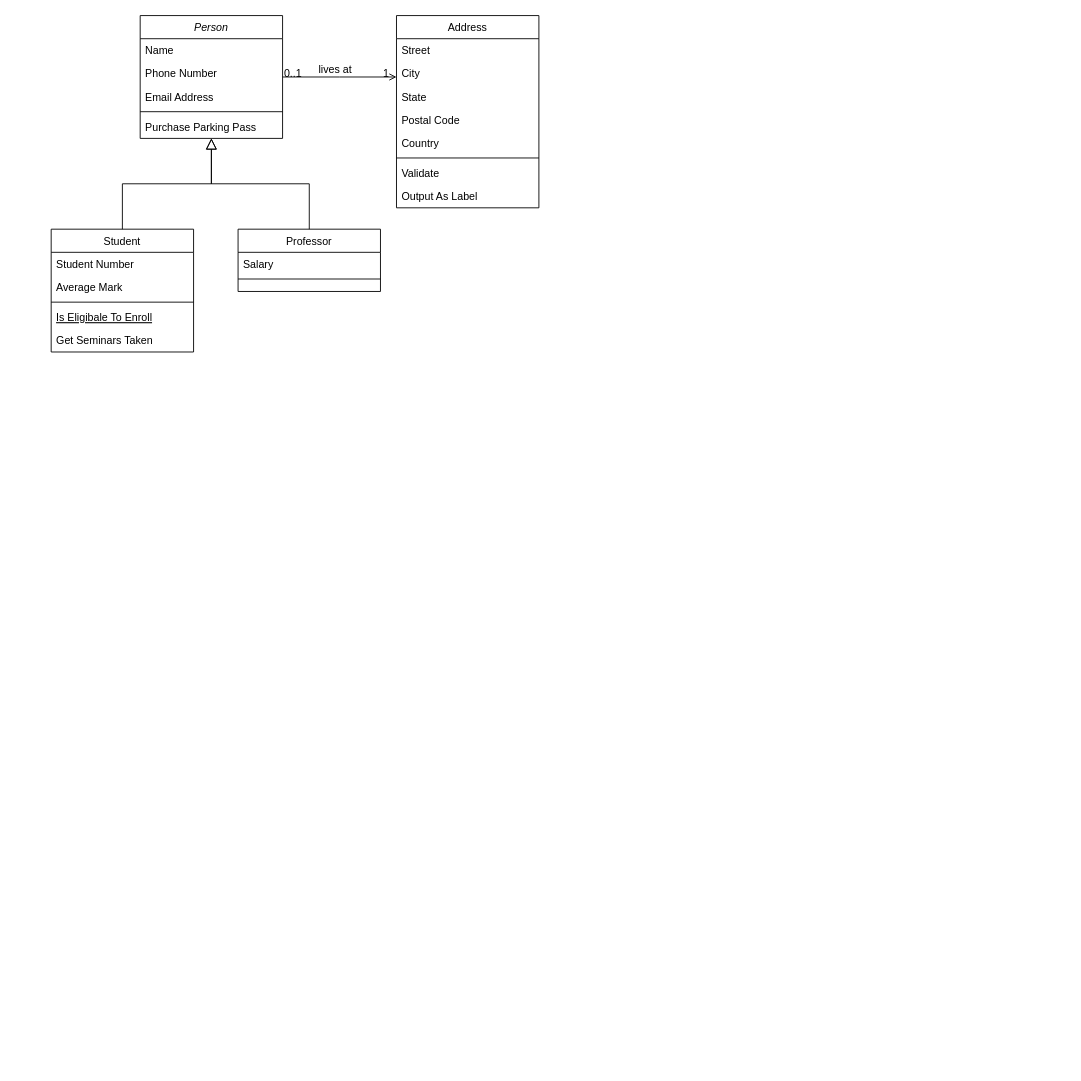
The draw.io diagram AiAssess.drawio in cszwdy/Algorithms, before the edit. Source tidied: cells renumbered, new cells numbered last; positions are measured from the earlier drawing's top-left corner, leaving out a move shared by most shapes. Both pictures are drawn from the tidied source at 89%, with x=0, y=0 at pixel (51, 15).
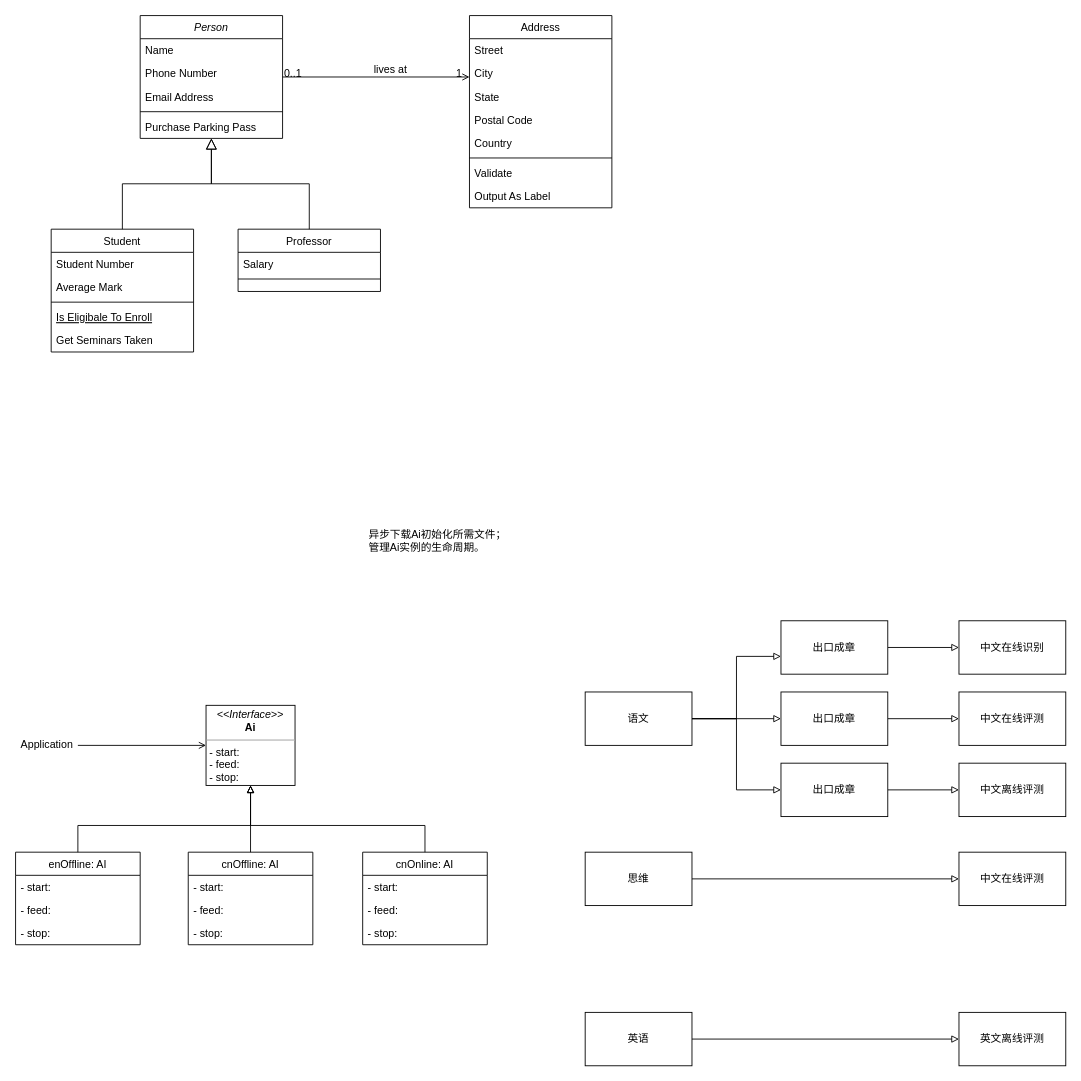
The same diagram, later.

Unchanged cells that the change refers to:
```xml
<mxCell id="2" value="Person" style="swimlane;fontStyle=2;align=center;verticalAlign=top;horizontal=1;startSize=26;rounded=0;shadow=0;strokeWidth=1;" parent="1" vertex="1">
  <mxGeometry x="100" width="160" height="138" as="geometry" />
</mxCell>
```

Diff of the diagram source:
```diff
@@
+    <mxCell id="28" style="endArrow=open;shadow=0;strokeWidth=1;rounded=0;endFill=1;edgeStyle=elbowEdgeStyle;elbow=vertical;" parent="1" edge="1" source="2" target="19">
+      <mxGeometry x="0.5" y="41" relative="1" as="geometry">
+        <mxPoint x="-40" y="32" as="offset" />
+      </mxGeometry>
+    </mxCell>
+    <mxCell id="29" value="0..1" style="align=left;verticalAlign=bottom;labelBackgroundColor=none;fontSize=12;" parent="28" vertex="1">
+      <mxGeometry x="-1" relative="1" as="geometry">
+        <mxPoint y="4" as="offset" />
+      </mxGeometry>
+    </mxCell>
+    <mxCell id="30" value="1" style="align=right;verticalAlign=bottom;labelBackgroundColor=none;fontSize=12;" parent="28" vertex="1">
+      <mxGeometry x="1" relative="1" as="geometry">
+        <mxPoint x="-7" y="4" as="offset" />
+      </mxGeometry>
+    </mxCell>
+    <mxCell id="31" value="lives at" style="text;html=1;align=center;verticalAlign=middle;labelBackgroundColor=none;rounded=0;shadow=0;strokeWidth=1;fontSize=12;" parent="28" vertex="1">
+      <mxGeometry x="0.5" y="49" relative="1" as="geometry">
+        <mxPoint x="-38" y="40" as="offset" />
+      </mxGeometry>
+    </mxCell>
     <mxCell id="19" value="Address" style="swimlane;fontStyle=0;align=center;verticalAlign=top;horizontal=1;startSize=26;rounded=0;shadow=0;strokeWidth=1;" parent="1" vertex="1">
-      <mxGeometry x="388" width="160" height="216" as="geometry" />
+      <mxGeometry x="470" width="160" height="216" as="geometry" />
     </mxCell>
@@
-    <mxCell id="28" style="endArrow=open;shadow=0;strokeWidth=1;rounded=0;endFill=1;edgeStyle=elbowEdgeStyle;elbow=vertical;" parent="1" edge="1" source="2" target="19">
-      <mxGeometry x="0.5" y="41" relative="1" as="geometry">
-        <mxPoint x="-40" y="32" as="offset" />
-      </mxGeometry>
-    </mxCell>
-    <mxCell id="29" value="0..1" style="align=left;verticalAlign=bottom;labelBackgroundColor=none;fontSize=12;" parent="28" vertex="1">
-      <mxGeometry x="-1" relative="1" as="geometry">
-        <mxPoint y="4" as="offset" />
-      </mxGeometry>
-    </mxCell>
-    <mxCell id="30" value="1" style="align=right;verticalAlign=bottom;labelBackgroundColor=none;fontSize=12;" parent="28" vertex="1">
-      <mxGeometry x="1" relative="1" as="geometry">
-        <mxPoint x="-7" y="4" as="offset" />
-      </mxGeometry>
-    </mxCell>
-    <mxCell id="31" value="lives at" style="text;html=1;align=center;verticalAlign=middle;labelBackgroundColor=none;rounded=0;shadow=0;strokeWidth=1;fontSize=12;" parent="28" vertex="1">
-      <mxGeometry x="0.5" y="49" relative="1" as="geometry">
-        <mxPoint x="-38" y="40" as="offset" />
-      </mxGeometry>
-    </mxCell>
+    <mxCell id="32" style="edgeStyle=orthogonalEdgeStyle;rounded=0;jettySize=auto;html=1;endArrow=open;endFill=0;" parent="1" edge="1" source="33" target="34">
+      <mxGeometry relative="1" as="geometry" />
+    </mxCell>
+    <mxCell id="33" value="Application" style="text;html=1;align=center;verticalAlign=middle;points=[];" parent="1" vertex="1">
+      <mxGeometry x="-40" y="810" width="70" height="20" as="geometry" />
+    </mxCell>
+    <mxCell id="34" value="&lt;p style=&quot;margin: 0px ; margin-top: 4px ; text-align: center&quot;&gt;&lt;i&gt;&amp;lt;&amp;lt;Interface&amp;gt;&amp;gt;&lt;/i&gt;&lt;br&gt;&lt;b&gt;Ai&lt;/b&gt;&lt;/p&gt;&lt;hr size=&quot;1&quot;&gt;&lt;p style=&quot;margin: 0px ; margin-left: 4px&quot;&gt;&lt;/p&gt;&lt;p style=&quot;margin: 0px ; margin-left: 4px&quot;&gt;- start:&lt;br&gt;&lt;/p&gt;&lt;p style=&quot;margin: 0px ; margin-left: 4px&quot;&gt;- feed:&lt;/p&gt;&lt;p style=&quot;margin: 0px ; margin-left: 4px&quot;&gt;- stop:&lt;/p&gt;&lt;div&gt;&lt;br&gt;&lt;/div&gt;" style="verticalAlign=top;align=left;overflow=fill;fontSize=12;fontFamily=Helvetica;html=1;" parent="1" vertex="1">
+      <mxGeometry x="174" y="775" width="100" height="90" as="geometry" />
+    </mxCell>
+    <mxCell id="35" style="edgeStyle=orthogonalEdgeStyle;rounded=0;jettySize=auto;html=1;endArrow=block;endFill=0;" parent="1" edge="1" source="36" target="34">
+      <mxGeometry relative="1" as="geometry">
+        <Array as="points">
+          <mxPoint x="30" y="910" />
+          <mxPoint x="224" y="910" />
+        </Array>
+      </mxGeometry>
+    </mxCell>
+    <mxCell id="36" value="enOffline: AI" style="swimlane;fontStyle=0;horizontal=1;startSize=26;fillColor=none;" parent="1" vertex="1">
+      <mxGeometry x="-40" y="940" width="140" height="104" as="geometry" />
+    </mxCell>
+    <mxCell id="37" value="- start:" style="text;strokeColor=none;fillColor=none;align=left;verticalAlign=top;spacingLeft=4;spacingRight=4;overflow=hidden;" parent="36" vertex="1">
+      <mxGeometry y="26" width="140" height="26" as="geometry" />
+    </mxCell>
+    <mxCell id="38" value="- feed:" style="text;strokeColor=none;fillColor=none;align=left;verticalAlign=top;spacingLeft=4;spacingRight=4;overflow=hidden;" parent="36" vertex="1">
+      <mxGeometry y="52" width="140" height="26" as="geometry" />
+    </mxCell>
+    <mxCell id="39" value="- stop:" style="text;strokeColor=none;fillColor=none;align=left;verticalAlign=top;spacingLeft=4;spacingRight=4;overflow=hidden;" parent="36" vertex="1">
+      <mxGeometry y="78" width="140" height="26" as="geometry" />
+    </mxCell>
+    <mxCell id="40" style="edgeStyle=orthogonalEdgeStyle;rounded=0;jettySize=auto;html=1;endArrow=block;endFill=0;" parent="1" edge="1" source="42" target="34">
+      <mxGeometry relative="1" as="geometry" />
+    </mxCell>
+    <mxCell id="41" style="edgeStyle=orthogonalEdgeStyle;rounded=0;jettySize=auto;html=1;entryX=0.5;entryY=1;entryDx=0;entryDy=0;endArrow=block;endFill=0;" parent="1" edge="1" source="46" target="34">
+      <mxGeometry relative="1" as="geometry">
+        <Array as="points">
+          <mxPoint x="420" y="910" />
+          <mxPoint x="224" y="910" />
+        </Array>
+      </mxGeometry>
+    </mxCell>
+    <mxCell id="42" value="cnOffline: AI" style="swimlane;fontStyle=0;horizontal=1;startSize=26;fillColor=none;" parent="1" vertex="1">
+      <mxGeometry x="154" y="940" width="140" height="104" as="geometry" />
+    </mxCell>
+    <mxCell id="43" value="- start:" style="text;strokeColor=none;fillColor=none;align=left;verticalAlign=top;spacingLeft=4;spacingRight=4;overflow=hidden;" parent="42" vertex="1">
+      <mxGeometry y="26" width="140" height="26" as="geometry" />
+    </mxCell>
+    <mxCell id="44" value="- feed:" style="text;strokeColor=none;fillColor=none;align=left;verticalAlign=top;spacingLeft=4;spacingRight=4;overflow=hidden;" parent="42" vertex="1">
+      <mxGeometry y="52" width="140" height="26" as="geometry" />
+    </mxCell>
+    <mxCell id="45" value="- stop:" style="text;strokeColor=none;fillColor=none;align=left;verticalAlign=top;spacingLeft=4;spacingRight=4;overflow=hidden;" parent="42" vertex="1">
+      <mxGeometry y="78" width="140" height="26" as="geometry" />
+    </mxCell>
+    <mxCell id="46" value="cnOnline: AI" style="swimlane;fontStyle=0;horizontal=1;startSize=26;fillColor=none;" parent="1" vertex="1">
+      <mxGeometry x="350" y="940" width="140" height="104" as="geometry" />
+    </mxCell>
+    <mxCell id="47" value="- start:" style="text;strokeColor=none;fillColor=none;align=left;verticalAlign=top;spacingLeft=4;spacingRight=4;overflow=hidden;" parent="46" vertex="1">
+      <mxGeometry y="26" width="140" height="26" as="geometry" />
+    </mxCell>
+    <mxCell id="48" value="- feed:" style="text;strokeColor=none;fillColor=none;align=left;verticalAlign=top;spacingLeft=4;spacingRight=4;overflow=hidden;" parent="46" vertex="1">
+      <mxGeometry y="52" width="140" height="26" as="geometry" />
+    </mxCell>
+    <mxCell id="49" value="- stop:" style="text;strokeColor=none;fillColor=none;align=left;verticalAlign=top;spacingLeft=4;spacingRight=4;overflow=hidden;" parent="46" vertex="1">
+      <mxGeometry y="78" width="140" height="26" as="geometry" />
+    </mxCell>
+    <mxCell id="50" value="异步下载Ai初始化所需文件；&lt;br&gt;管理Ai实例的生命周期。" style="text;html=1;align=left;verticalAlign=middle;" parent="1" vertex="1">
+      <mxGeometry x="355" y="575" width="170" height="30" as="geometry" />
+    </mxCell>
+    <mxCell id="51" style="edgeStyle=orthogonalEdgeStyle;rounded=0;jettySize=auto;html=1;endArrow=block;endFill=0;" parent="1" edge="1" source="54" target="56">
+      <mxGeometry relative="1" as="geometry">
+        <Array as="points">
+          <mxPoint x="770" y="790" />
+          <mxPoint x="770" y="720" />
+        </Array>
+      </mxGeometry>
+    </mxCell>
+    <mxCell id="52" style="edgeStyle=orthogonalEdgeStyle;rounded=0;jettySize=auto;html=1;entryX=0;entryY=0.5;entryDx=0;entryDy=0;endArrow=block;endFill=0;" parent="1" edge="1" source="54" target="59">
+      <mxGeometry relative="1" as="geometry" />
+    </mxCell>
+    <mxCell id="53" style="edgeStyle=orthogonalEdgeStyle;rounded=0;jettySize=auto;html=1;entryX=0;entryY=0.5;entryDx=0;entryDy=0;endArrow=block;endFill=0;" parent="1" edge="1" source="54" target="62">
+      <mxGeometry relative="1" as="geometry" />
+    </mxCell>
+    <mxCell id="54" value="语文" style="rounded=0;whiteSpace=wrap;html=1;" parent="1" vertex="1">
+      <mxGeometry x="600" y="760" width="120" height="60" as="geometry" />
+    </mxCell>
+    <mxCell id="55" style="edgeStyle=orthogonalEdgeStyle;rounded=0;jettySize=auto;html=1;endArrow=block;endFill=0;" parent="1" edge="1" source="56" target="57">
+      <mxGeometry relative="1" as="geometry" />
+    </mxCell>
+    <mxCell id="56" value="出口成章" style="rounded=0;whiteSpace=wrap;html=1;" parent="1" vertex="1">
+      <mxGeometry x="820" y="680" width="120" height="60" as="geometry" />
+    </mxCell>
+    <mxCell id="57" value="中文在线识别" style="whiteSpace=wrap;html=1;rounded=0;" parent="1" vertex="1">
+      <mxGeometry x="1020" y="680" width="120" height="60" as="geometry" />
+    </mxCell>
+    <mxCell id="58" style="edgeStyle=orthogonalEdgeStyle;rounded=0;jettySize=auto;html=1;endArrow=block;endFill=0;" parent="1" edge="1" source="59" target="60">
+      <mxGeometry relative="1" as="geometry" />
+    </mxCell>
+    <mxCell id="59" value="出口成章" style="rounded=0;whiteSpace=wrap;html=1;" parent="1" vertex="1">
+      <mxGeometry x="820" y="760" width="120" height="60" as="geometry" />
+    </mxCell>
+    <mxCell id="60" value="中文在线评测" style="whiteSpace=wrap;html=1;rounded=0;" parent="1" vertex="1">
+      <mxGeometry x="1020" y="760" width="120" height="60" as="geometry" />
+    </mxCell>
+    <mxCell id="61" style="edgeStyle=orthogonalEdgeStyle;rounded=0;jettySize=auto;html=1;endArrow=block;endFill=0;" parent="1" edge="1" source="62" target="63">
+      <mxGeometry relative="1" as="geometry" />
+    </mxCell>
+    <mxCell id="62" value="出口成章" style="rounded=0;whiteSpace=wrap;html=1;" parent="1" vertex="1">
+      <mxGeometry x="820" y="840" width="120" height="60" as="geometry" />
+    </mxCell>
+    <mxCell id="63" value="中文离线评测" style="whiteSpace=wrap;html=1;rounded=0;" parent="1" vertex="1">
+      <mxGeometry x="1020" y="840" width="120" height="60" as="geometry" />
+    </mxCell>
+    <mxCell id="64" style="edgeStyle=orthogonalEdgeStyle;rounded=0;jettySize=auto;html=1;endArrow=block;endFill=0;" parent="1" edge="1" source="65" target="66">
+      <mxGeometry relative="1" as="geometry" />
+    </mxCell>
+    <mxCell id="65" value="思维" style="rounded=0;whiteSpace=wrap;html=1;" parent="1" vertex="1">
+      <mxGeometry x="600" y="940" width="120" height="60" as="geometry" />
+    </mxCell>
+    <mxCell id="66" value="中文在线评测" style="whiteSpace=wrap;html=1;rounded=0;" parent="1" vertex="1">
+      <mxGeometry x="1020" y="940" width="120" height="60" as="geometry" />
+    </mxCell>
+    <mxCell id="67" style="edgeStyle=orthogonalEdgeStyle;rounded=0;jettySize=auto;html=1;endArrow=block;endFill=0;" parent="1" edge="1" source="68" target="69">
+      <mxGeometry relative="1" as="geometry" />
+    </mxCell>
+    <mxCell id="68" value="英语" style="rounded=0;whiteSpace=wrap;html=1;" parent="1" vertex="1">
+      <mxGeometry x="600" y="1120" width="120" height="60" as="geometry" />
+    </mxCell>
+    <mxCell id="69" value="英文离线评测" style="whiteSpace=wrap;html=1;rounded=0;" parent="1" vertex="1">
+      <mxGeometry x="1020" y="1120" width="120" height="60" as="geometry" />
+    </mxCell>
```
